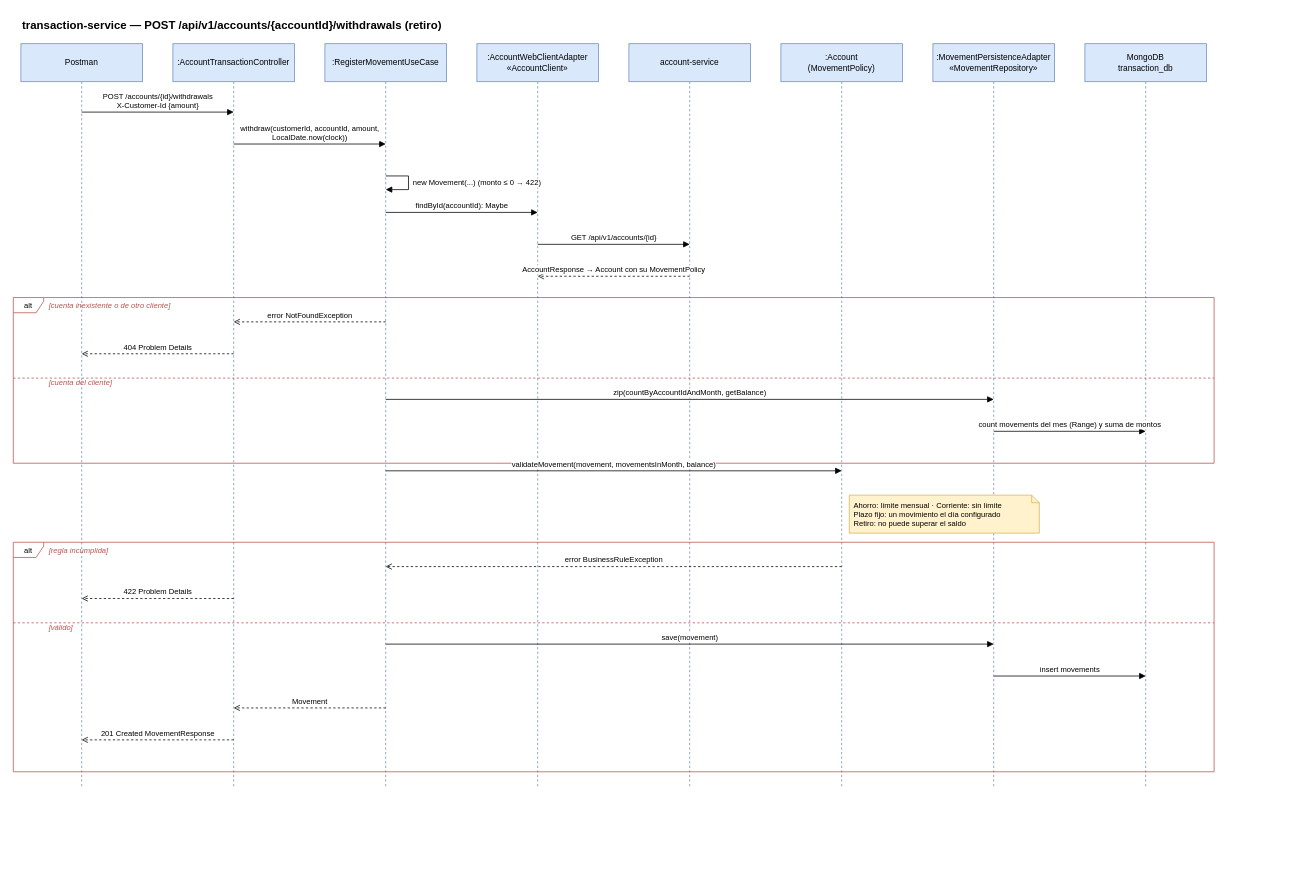
This is page "transaction-service — retiro" (4 of 5) of docs/diagrams/sequence-diagrams.drawio from kuroxbyte/bootcamp-bank-project-docs, a draw.io file, before an edit. Source tidied: cells renumbered, new cells numbered last; positions are measured from the earlier drawing's top-left corner, leaving out a move shared by most shapes. Both pictures are drawn from the tidied source at 76%, with x=0, y=0 at pixel (13, 13).
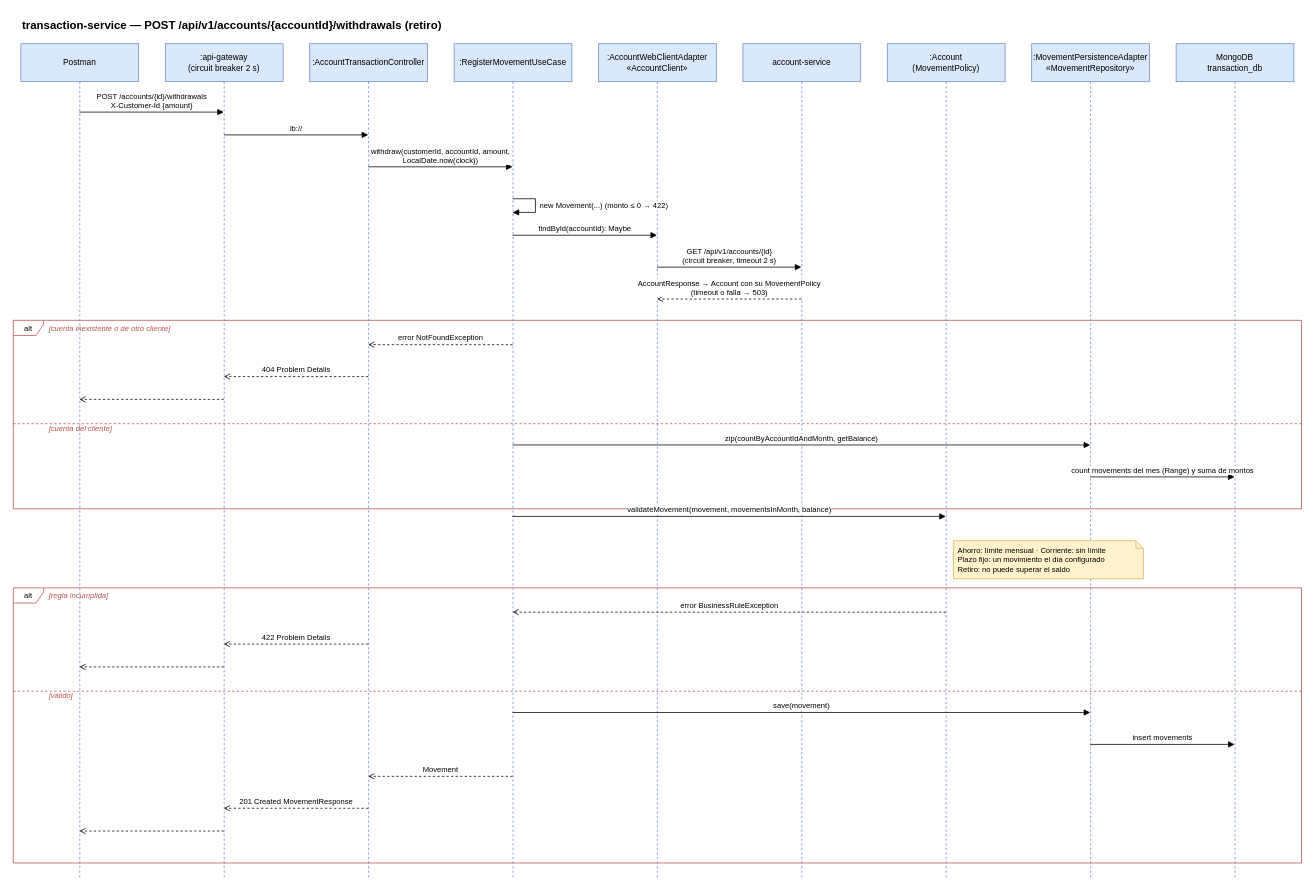
The same page after the edit.

Commit message (it also covers changes not shown here):
docs: incluir el gateway, Eureka y el circuit breaker en los diagramas

Change to the diagram source:
```diff
@@
-    <mxCell id="3" value="Postman" style="shape=umlLifeline;perimeter=lifelinePerimeter;whiteSpace=wrap;html=1;size=50;fontSize=11;fillColor=#dae8fc;strokeColor=#6c8ebf;" parent="1" vertex="1">
-      <mxGeometry x="10" y="40" width="160" height="978" as="geometry" />
-    </mxCell>
-    <mxCell id="4" value=":AccountTransactionController" style="shape=umlLifeline;perimeter=lifelinePerimeter;whiteSpace=wrap;html=1;size=50;fontSize=11;fillColor=#dae8fc;strokeColor=#6c8ebf;" parent="1" vertex="1">
-      <mxGeometry x="210" y="40" width="160" height="978" as="geometry" />
-    </mxCell>
-    <mxCell id="5" value=":RegisterMovementUseCase" style="shape=umlLifeline;perimeter=lifelinePerimeter;whiteSpace=wrap;html=1;size=50;fontSize=11;fillColor=#dae8fc;strokeColor=#6c8ebf;" parent="1" vertex="1">
-      <mxGeometry x="410" y="40" width="160" height="978" as="geometry" />
-    </mxCell>
-    <mxCell id="6" value=":AccountWebClientAdapter&lt;br&gt;«AccountClient»" style="shape=umlLifeline;perimeter=lifelinePerimeter;whiteSpace=wrap;html=1;size=50;fontSize=11;fillColor=#dae8fc;strokeColor=#6c8ebf;" parent="1" vertex="1">
-      <mxGeometry x="610" y="40" width="160" height="978" as="geometry" />
-    </mxCell>
-    <mxCell id="7" value="account-service" style="shape=umlLifeline;perimeter=lifelinePerimeter;whiteSpace=wrap;html=1;size=50;fontSize=11;fillColor=#dae8fc;strokeColor=#6c8ebf;" parent="1" vertex="1">
-      <mxGeometry x="810" y="40" width="160" height="978" as="geometry" />
+    <mxCell id="7" value="Postman" style="shape=umlLifeline;perimeter=lifelinePerimeter;whiteSpace=wrap;html=1;size=50;fontSize=11;fillColor=#dae8fc;strokeColor=#6c8ebf;" parent="1" vertex="1">
+      <mxGeometry x="10" y="40" width="155" height="1098" as="geometry" />
     </mxCell>
-    <mxCell id="8" value=":Account&lt;br&gt;(MovementPolicy)" style="shape=umlLifeline;perimeter=lifelinePerimeter;whiteSpace=wrap;html=1;size=50;fontSize=11;fillColor=#dae8fc;strokeColor=#6c8ebf;" parent="1" vertex="1">
-      <mxGeometry x="1010" y="40" width="160" height="978" as="geometry" />
+    <mxCell id="8" value=":api-gateway&lt;br&gt;(circuit breaker 2 s)" style="shape=umlLifeline;perimeter=lifelinePerimeter;whiteSpace=wrap;html=1;size=50;fontSize=11;fillColor=#dae8fc;strokeColor=#6c8ebf;" parent="1" vertex="1">
+      <mxGeometry x="200" y="40" width="155" height="1098" as="geometry" />
     </mxCell>
-    <mxCell id="9" value=":MovementPersistenceAdapter&lt;br&gt;«MovementRepository»" style="shape=umlLifeline;perimeter=lifelinePerimeter;whiteSpace=wrap;html=1;size=50;fontSize=11;fillColor=#dae8fc;strokeColor=#6c8ebf;" parent="1" vertex="1">
-      <mxGeometry x="1210" y="40" width="160" height="978" as="geometry" />
+    <mxCell id="9" value=":AccountTransactionController" style="shape=umlLifeline;perimeter=lifelinePerimeter;whiteSpace=wrap;html=1;size=50;fontSize=11;fillColor=#dae8fc;strokeColor=#6c8ebf;" parent="1" vertex="1">
+      <mxGeometry x="390" y="40" width="155" height="1098" as="geometry" />
     </mxCell>
-    <mxCell id="10" value="MongoDB&lt;br&gt;transaction_db" style="shape=umlLifeline;perimeter=lifelinePerimeter;whiteSpace=wrap;html=1;size=50;fontSize=11;fillColor=#dae8fc;strokeColor=#6c8ebf;" parent="1" vertex="1">
-      <mxGeometry x="1410" y="40" width="160" height="978" as="geometry" />
+    <mxCell id="10" value=":RegisterMovementUseCase" style="shape=umlLifeline;perimeter=lifelinePerimeter;whiteSpace=wrap;html=1;size=50;fontSize=11;fillColor=#dae8fc;strokeColor=#6c8ebf;" parent="1" vertex="1">
+      <mxGeometry x="580" y="40" width="155" height="1098" as="geometry" />
     </mxCell>
-    <mxCell id="11" value="alt" style="shape=umlFrame;whiteSpace=wrap;html=1;width=40;height=20;fillColor=none;strokeColor=#b85450;fontSize=10;" parent="1" vertex="1">
-      <mxGeometry y="374" width="1580" height="218" as="geometry" />
+    <mxCell id="11" value=":AccountWebClientAdapter&lt;br&gt;«AccountClient»" style="shape=umlLifeline;perimeter=lifelinePerimeter;whiteSpace=wrap;html=1;size=50;fontSize=11;fillColor=#dae8fc;strokeColor=#6c8ebf;" parent="1" vertex="1">
+      <mxGeometry x="770" y="40" width="155" height="1098" as="geometry" />
     </mxCell>
-    <mxCell id="12" value="[cuenta inexistente o de otro cliente]" style="text;html=1;fontSize=10;fontStyle=2;align=left;fontColor=#b85450;" parent="1" vertex="1">
-      <mxGeometry x="45" y="372" width="420" height="16" as="geometry" />
+    <mxCell id="12" value="account-service" style="shape=umlLifeline;perimeter=lifelinePerimeter;whiteSpace=wrap;html=1;size=50;fontSize=11;fillColor=#dae8fc;strokeColor=#6c8ebf;" parent="1" vertex="1">
+      <mxGeometry x="960" y="40" width="155" height="1098" as="geometry" />
     </mxCell>
-    <mxCell id="13" value="[cuenta del cliente]" style="text;html=1;fontSize=10;fontStyle=2;align=left;fontColor=#b85450;" parent="1" vertex="1">
-      <mxGeometry x="45" y="474" width="420" height="16" as="geometry" />
+    <mxCell id="13" value=":Account&lt;br&gt;(MovementPolicy)" style="shape=umlLifeline;perimeter=lifelinePerimeter;whiteSpace=wrap;html=1;size=50;fontSize=11;fillColor=#dae8fc;strokeColor=#6c8ebf;" parent="1" vertex="1">
+      <mxGeometry x="1150" y="40" width="155" height="1098" as="geometry" />
     </mxCell>
-    <mxCell id="14" style="endArrow=none;dashed=1;html=1;strokeColor=#b85450;" parent="1" edge="1">
-      <mxGeometry relative="1" as="geometry">
-        <mxPoint y="480" as="sourcePoint" />
-        <mxPoint x="1580" y="480" as="targetPoint" />
-      </mxGeometry>
+    <mxCell id="14" value=":MovementPersistenceAdapter&lt;br&gt;«MovementRepository»" style="shape=umlLifeline;perimeter=lifelinePerimeter;whiteSpace=wrap;html=1;size=50;fontSize=11;fillColor=#dae8fc;strokeColor=#6c8ebf;" parent="1" vertex="1">
+      <mxGeometry x="1340" y="40" width="155" height="1098" as="geometry" />
     </mxCell>
-    <mxCell id="15" value="alt" style="shape=umlFrame;whiteSpace=wrap;html=1;width=40;height=20;fillColor=none;strokeColor=#b85450;fontSize=10;" parent="1" vertex="1">
-      <mxGeometry y="696" width="1580" height="302" as="geometry" />
+    <mxCell id="15" value="MongoDB&lt;br&gt;transaction_db" style="shape=umlLifeline;perimeter=lifelinePerimeter;whiteSpace=wrap;html=1;size=50;fontSize=11;fillColor=#dae8fc;strokeColor=#6c8ebf;" parent="1" vertex="1">
+      <mxGeometry x="1530" y="40" width="155" height="1098" as="geometry" />
     </mxCell>
-    <mxCell id="16" value="[regla incumplida]" style="text;html=1;fontSize=10;fontStyle=2;align=left;fontColor=#b85450;" parent="1" vertex="1">
-      <mxGeometry x="45" y="694" width="420" height="16" as="geometry" />
+    <mxCell id="16" value="alt" style="shape=umlFrame;whiteSpace=wrap;html=1;width=40;height=20;fillColor=none;strokeColor=#b85450;fontSize=10;" parent="1" vertex="1">
+      <mxGeometry y="404" width="1695" height="248" as="geometry" />
     </mxCell>
-    <mxCell id="17" value="[válido]" style="text;html=1;fontSize=10;fontStyle=2;align=left;fontColor=#b85450;" parent="1" vertex="1">
-      <mxGeometry x="45" y="796" width="420" height="16" as="geometry" />
+    <mxCell id="17" value="[cuenta inexistente o de otro cliente]" style="text;html=1;fontSize=10;fontStyle=2;align=left;fontColor=#b85450;" parent="1" vertex="1">
+      <mxGeometry x="45" y="402" width="420" height="16" as="geometry" />
     </mxCell>
-    <mxCell id="18" style="endArrow=none;dashed=1;html=1;strokeColor=#b85450;" parent="1" edge="1">
-      <mxGeometry relative="1" as="geometry">
-        <mxPoint y="802" as="sourcePoint" />
-        <mxPoint x="1580" y="802" as="targetPoint" />
-      </mxGeometry>
+    <mxCell id="18" value="[cuenta del cliente]" style="text;html=1;fontSize=10;fontStyle=2;align=left;fontColor=#b85450;" parent="1" vertex="1">
+      <mxGeometry x="45" y="534" width="420" height="16" as="geometry" />
     </mxCell>
+    <mxCell id="37" style="endArrow=none;dashed=1;html=1;strokeColor=#b85450;" parent="1" edge="1">
+      <mxGeometry relative="1" as="geometry">
+        <mxPoint y="540" as="sourcePoint" />
+        <mxPoint x="1695" y="540" as="targetPoint" />
+      </mxGeometry>
+    </mxCell>
+    <mxCell id="38" value="alt" style="shape=umlFrame;whiteSpace=wrap;html=1;width=40;height=20;fillColor=none;strokeColor=#b85450;fontSize=10;" parent="1" vertex="1">
+      <mxGeometry y="756" width="1695" height="362" as="geometry" />
+    </mxCell>
+    <mxCell id="39" value="[regla incumplida]" style="text;html=1;fontSize=10;fontStyle=2;align=left;fontColor=#b85450;" parent="1" vertex="1">
+      <mxGeometry x="45" y="754" width="420" height="16" as="geometry" />
+    </mxCell>
+    <mxCell id="40" value="[válido]" style="text;html=1;fontSize=10;fontStyle=2;align=left;fontColor=#b85450;" parent="1" vertex="1">
+      <mxGeometry x="45" y="886" width="420" height="16" as="geometry" />
+    </mxCell>
+    <mxCell id="41" style="endArrow=none;dashed=1;html=1;strokeColor=#b85450;" parent="1" edge="1">
+      <mxGeometry relative="1" as="geometry">
+        <mxPoint y="892" as="sourcePoint" />
+        <mxPoint x="1695" y="892" as="targetPoint" />
+      </mxGeometry>
+    </mxCell>
     <mxCell id="19" value="POST /accounts/{id}/withdrawals&lt;br&gt;X-Customer-Id {amount}" style="endArrow=block;endFill=1;html=1;rounded=0;fontSize=10;verticalAlign=bottom;labelBackgroundColor=#ffffff;" parent="1" edge="1">
       <mxGeometry relative="1" as="geometry">
-        <mxPoint x="90" y="130" as="sourcePoint" />
-        <mxPoint x="290" y="130" as="targetPoint" />
+        <mxPoint x="87" y="130" as="sourcePoint" />
+        <mxPoint x="277" y="130" as="targetPoint" />
       </mxGeometry>
     </mxCell>
-    <mxCell id="20" value="withdraw(customerId, accountId, amount,&lt;br&gt;LocalDate.now(clock))" style="endArrow=block;endFill=1;html=1;rounded=0;fontSize=10;verticalAlign=bottom;labelBackgroundColor=#ffffff;" parent="1" edge="1">
+    <mxCell id="20" value="lb://" style="endArrow=block;endFill=1;html=1;rounded=0;fontSize=10;verticalAlign=bottom;labelBackgroundColor=#ffffff;" parent="1" edge="1">
       <mxGeometry relative="1" as="geometry">
-        <mxPoint x="290" y="172" as="sourcePoint" />
-        <mxPoint x="490" y="172" as="targetPoint" />
+        <mxPoint x="277" y="160" as="sourcePoint" />
+        <mxPoint x="467" y="160" as="targetPoint" />
       </mxGeometry>
     </mxCell>
-    <mxCell id="21" value="new Movement(...) (monto ≤ 0 → 422)" style="endArrow=block;endFill=1;html=1;rounded=0;fontSize=10;align=left;spacingLeft=4;labelBackgroundColor=#ffffff;" parent="1" edge="1">
+    <mxCell id="21" value="withdraw(customerId, accountId, amount,&lt;br&gt;LocalDate.now(clock))" style="endArrow=block;endFill=1;html=1;rounded=0;fontSize=10;verticalAlign=bottom;labelBackgroundColor=#ffffff;" parent="1" edge="1">
       <mxGeometry relative="1" as="geometry">
-        <mxPoint x="490" y="214" as="sourcePoint" />
-        <mxPoint x="490" y="232" as="targetPoint" />
-        <Array as="points">
-          <mxPoint x="520" y="214" />
-          <mxPoint x="520" y="232" />
-        </Array>
+        <mxPoint x="467" y="202" as="sourcePoint" />
+        <mxPoint x="657" y="202" as="targetPoint" />
       </mxGeometry>
     </mxCell>
-    <mxCell id="22" value="findById(accountId): Maybe" style="endArrow=block;endFill=1;html=1;rounded=0;fontSize=10;verticalAlign=bottom;labelBackgroundColor=#ffffff;" parent="1" edge="1">
+    <mxCell id="22" value="new Movement(...) (monto ≤ 0 → 422)" style="endArrow=block;endFill=1;html=1;rounded=0;fontSize=10;align=left;spacingLeft=4;labelBackgroundColor=#ffffff;" parent="1" edge="1">
       <mxGeometry relative="1" as="geometry">
-        <mxPoint x="490" y="262" as="sourcePoint" />
-        <mxPoint x="690" y="262" as="targetPoint" />
+        <mxPoint x="657" y="244" as="sourcePoint" />
+        <mxPoint x="657" y="262" as="targetPoint" />
+        <Array as="points">
+          <mxPoint x="687" y="244" />
+          <mxPoint x="687" y="262" />
+        </Array>
       </mxGeometry>
     </mxCell>
-    <mxCell id="23" value="GET /api/v1/accounts/{id}" style="endArrow=block;endFill=1;html=1;rounded=0;fontSize=10;verticalAlign=bottom;labelBackgroundColor=#ffffff;" parent="1" edge="1">
+    <mxCell id="23" value="findById(accountId): Maybe" style="endArrow=block;endFill=1;html=1;rounded=0;fontSize=10;verticalAlign=bottom;labelBackgroundColor=#ffffff;" parent="1" edge="1">
       <mxGeometry relative="1" as="geometry">
-        <mxPoint x="690" y="304" as="sourcePoint" />
-        <mxPoint x="890" y="304" as="targetPoint" />
+        <mxPoint x="657" y="292" as="sourcePoint" />
+        <mxPoint x="847" y="292" as="targetPoint" />
       </mxGeometry>
     </mxCell>
-    <mxCell id="24" value="AccountResponse → Account con su MovementPolicy" style="endArrow=open;dashed=1;html=1;rounded=0;fontSize=10;verticalAlign=bottom;labelBackgroundColor=#ffffff;" parent="1" edge="1">
+    <mxCell id="24" value="GET /api/v1/accounts/{id}&lt;br&gt;(circuit breaker, timeout 2 s)" style="endArrow=block;endFill=1;html=1;rounded=0;fontSize=10;verticalAlign=bottom;labelBackgroundColor=#ffffff;" parent="1" edge="1">
       <mxGeometry relative="1" as="geometry">
-        <mxPoint x="890" y="346" as="sourcePoint" />
-        <mxPoint x="690" y="346" as="targetPoint" />
+        <mxPoint x="847" y="334" as="sourcePoint" />
+        <mxPoint x="1037" y="334" as="targetPoint" />
       </mxGeometry>
     </mxCell>
-    <mxCell id="25" value="error NotFoundException" style="endArrow=open;dashed=1;html=1;rounded=0;fontSize=10;verticalAlign=bottom;labelBackgroundColor=#ffffff;" parent="1" edge="1">
+    <mxCell id="25" value="AccountResponse → Account con su MovementPolicy&lt;br&gt;(timeout o falla → 503)" style="endArrow=open;dashed=1;html=1;rounded=0;fontSize=10;verticalAlign=bottom;labelBackgroundColor=#ffffff;" parent="1" edge="1">
       <mxGeometry relative="1" as="geometry">
-        <mxPoint x="490" y="406" as="sourcePoint" />
-        <mxPoint x="290" y="406" as="targetPoint" />
+        <mxPoint x="1037" y="376" as="sourcePoint" />
+        <mxPoint x="847" y="376" as="targetPoint" />
       </mxGeometry>
     </mxCell>
-    <mxCell id="26" value="404 Problem Details" style="endArrow=open;dashed=1;html=1;rounded=0;fontSize=10;verticalAlign=bottom;labelBackgroundColor=#ffffff;" parent="1" edge="1">
+    <mxCell id="26" value="error NotFoundException" style="endArrow=open;dashed=1;html=1;rounded=0;fontSize=10;verticalAlign=bottom;labelBackgroundColor=#ffffff;" parent="1" edge="1">
       <mxGeometry relative="1" as="geometry">
-        <mxPoint x="290" y="448" as="sourcePoint" />
-        <mxPoint x="90" y="448" as="targetPoint" />
+        <mxPoint x="657" y="436" as="sourcePoint" />
+        <mxPoint x="467" y="436" as="targetPoint" />
       </mxGeometry>
     </mxCell>
-    <mxCell id="27" value="zip(countByAccountIdAndMonth, getBalance)" style="endArrow=block;endFill=1;html=1;rounded=0;fontSize=10;verticalAlign=bottom;labelBackgroundColor=#ffffff;" parent="1" edge="1">
+    <mxCell id="27" value="404 Problem Details" style="endArrow=open;dashed=1;html=1;rounded=0;fontSize=10;verticalAlign=bottom;labelBackgroundColor=#ffffff;" parent="1" edge="1">
       <mxGeometry relative="1" as="geometry">
-        <mxPoint x="490" y="508" as="sourcePoint" />
-        <mxPoint x="1290" y="508" as="targetPoint" />
+        <mxPoint x="467" y="478" as="sourcePoint" />
+        <mxPoint x="277" y="478" as="targetPoint" />
       </mxGeometry>
     </mxCell>
-    <mxCell id="28" value="count movements del mes (Range) y suma de montos" style="endArrow=block;endFill=1;html=1;rounded=0;fontSize=10;verticalAlign=bottom;labelBackgroundColor=#ffffff;" parent="1" edge="1">
+    <mxCell id="28" style="endArrow=open;dashed=1;html=1;rounded=0;fontSize=10;verticalAlign=bottom;labelBackgroundColor=#ffffff;" parent="1" edge="1">
       <mxGeometry relative="1" as="geometry">
-        <mxPoint x="1290" y="550" as="sourcePoint" />
-        <mxPoint x="1490" y="550" as="targetPoint" />
+        <mxPoint x="277" y="508" as="sourcePoint" />
+        <mxPoint x="87" y="508" as="targetPoint" />
       </mxGeometry>
     </mxCell>
-    <mxCell id="29" value="validateMovement(movement, movementsInMonth, balance)" style="endArrow=block;endFill=1;html=1;rounded=0;fontSize=10;verticalAlign=bottom;labelBackgroundColor=#ffffff;" parent="1" edge="1">
+    <mxCell id="29" value="zip(countByAccountIdAndMonth, getBalance)" style="endArrow=block;endFill=1;html=1;rounded=0;fontSize=10;verticalAlign=bottom;labelBackgroundColor=#ffffff;" parent="1" edge="1">
       <mxGeometry relative="1" as="geometry">
-        <mxPoint x="490" y="602" as="sourcePoint" />
-        <mxPoint x="1090" y="602" as="targetPoint" />
+        <mxPoint x="657" y="568" as="sourcePoint" />
+        <mxPoint x="1417" y="568" as="targetPoint" />
       </mxGeometry>
     </mxCell>
-    <mxCell id="30" value="Ahorro: límite mensual · Corriente: sin límite&lt;br&gt;Plazo fijo: un movimiento el día configurado&lt;br&gt;Retiro: no puede superar el saldo" style="shape=note;whiteSpace=wrap;html=1;size=10;fillColor=#fff2cc;strokeColor=#d6b656;fontSize=10;align=left;spacingLeft=4;" parent="1" vertex="1">
-      <mxGeometry x="1100" y="634" width="250" height="50" as="geometry" />
+    <mxCell id="30" value="count movements del mes (Range) y suma de montos" style="endArrow=block;endFill=1;html=1;rounded=0;fontSize=10;verticalAlign=bottom;labelBackgroundColor=#ffffff;" parent="1" edge="1">
+      <mxGeometry relative="1" as="geometry">
+        <mxPoint x="1417" y="610" as="sourcePoint" />
+        <mxPoint x="1607" y="610" as="targetPoint" />
+      </mxGeometry>
     </mxCell>
-    <mxCell id="31" value="error BusinessRuleException" style="endArrow=open;dashed=1;html=1;rounded=0;fontSize=10;verticalAlign=bottom;labelBackgroundColor=#ffffff;" parent="1" edge="1">
+    <mxCell id="31" value="validateMovement(movement, movementsInMonth, balance)" style="endArrow=block;endFill=1;html=1;rounded=0;fontSize=10;verticalAlign=bottom;labelBackgroundColor=#ffffff;" parent="1" edge="1">
       <mxGeometry relative="1" as="geometry">
-        <mxPoint x="1090" y="728" as="sourcePoint" />
-        <mxPoint x="490" y="728" as="targetPoint" />
+        <mxPoint x="657" y="662" as="sourcePoint" />
+        <mxPoint x="1227" y="662" as="targetPoint" />
       </mxGeometry>
     </mxCell>
-    <mxCell id="32" value="422 Problem Details" style="endArrow=open;dashed=1;html=1;rounded=0;fontSize=10;verticalAlign=bottom;labelBackgroundColor=#ffffff;" parent="1" edge="1">
-      <mxGeometry relative="1" as="geometry">
-        <mxPoint x="290" y="770" as="sourcePoint" />
-        <mxPoint x="90" y="770" as="targetPoint" />
-      </mxGeometry>
+    <mxCell id="32" value="Ahorro: límite mensual · Corriente: sin límite&lt;br&gt;Plazo fijo: un movimiento el día configurado&lt;br&gt;Retiro: no puede superar el saldo" style="shape=note;whiteSpace=wrap;html=1;size=10;fillColor=#fff2cc;strokeColor=#d6b656;fontSize=10;align=left;spacingLeft=4;" parent="1" vertex="1">
+      <mxGeometry x="1237" y="694" width="250" height="50" as="geometry" />
     </mxCell>
-    <mxCell id="33" value="save(movement)" style="endArrow=block;endFill=1;html=1;rounded=0;fontSize=10;verticalAlign=bottom;labelBackgroundColor=#ffffff;" parent="1" edge="1">
+    <mxCell id="33" value="error BusinessRuleException" style="endArrow=open;dashed=1;html=1;rounded=0;fontSize=10;verticalAlign=bottom;labelBackgroundColor=#ffffff;" parent="1" edge="1">
       <mxGeometry relative="1" as="geometry">
-        <mxPoint x="490" y="830" as="sourcePoint" />
-        <mxPoint x="1290" y="830" as="targetPoint" />
+        <mxPoint x="1227" y="788" as="sourcePoint" />
+        <mxPoint x="657" y="788" as="targetPoint" />
       </mxGeometry>
     </mxCell>
-    <mxCell id="34" value="insert movements" style="endArrow=block;endFill=1;html=1;rounded=0;fontSize=10;verticalAlign=bottom;labelBackgroundColor=#ffffff;" parent="1" edge="1">
+    <mxCell id="34" value="422 Problem Details" style="endArrow=open;dashed=1;html=1;rounded=0;fontSize=10;verticalAlign=bottom;labelBackgroundColor=#ffffff;" parent="1" edge="1">
       <mxGeometry relative="1" as="geometry">
-        <mxPoint x="1290" y="872" as="sourcePoint" />
-        <mxPoint x="1490" y="872" as="targetPoint" />
+        <mxPoint x="467" y="830" as="sourcePoint" />
+        <mxPoint x="277" y="830" as="targetPoint" />
       </mxGeometry>
     </mxCell>
-    <mxCell id="35" value="Movement" style="endArrow=open;dashed=1;html=1;rounded=0;fontSize=10;verticalAlign=bottom;labelBackgroundColor=#ffffff;" parent="1" edge="1">
+    <mxCell id="35" style="endArrow=open;dashed=1;html=1;rounded=0;fontSize=10;verticalAlign=bottom;labelBackgroundColor=#ffffff;" parent="1" edge="1">
       <mxGeometry relative="1" as="geometry">
-        <mxPoint x="490" y="914" as="sourcePoint" />
-        <mxPoint x="290" y="914" as="targetPoint" />
+        <mxPoint x="277" y="860" as="sourcePoint" />
+        <mxPoint x="87" y="860" as="targetPoint" />
       </mxGeometry>
     </mxCell>
-    <mxCell id="36" value="201 Created MovementResponse" style="endArrow=open;dashed=1;html=1;rounded=0;fontSize=10;verticalAlign=bottom;labelBackgroundColor=#ffffff;" parent="1" edge="1">
+    <mxCell id="36" value="save(movement)" style="endArrow=block;endFill=1;html=1;rounded=0;fontSize=10;verticalAlign=bottom;labelBackgroundColor=#ffffff;" parent="1" edge="1">
       <mxGeometry relative="1" as="geometry">
-        <mxPoint x="290" y="956" as="sourcePoint" />
-        <mxPoint x="90" y="956" as="targetPoint" />
+        <mxPoint x="657" y="920" as="sourcePoint" />
+        <mxPoint x="1417" y="920" as="targetPoint" />
       </mxGeometry>
     </mxCell>
+    <mxCell id="3" value="insert movements" style="endArrow=block;endFill=1;html=1;rounded=0;fontSize=10;verticalAlign=bottom;labelBackgroundColor=#ffffff;" parent="1" edge="1">
+      <mxGeometry relative="1" as="geometry">
+        <mxPoint x="1417" y="962" as="sourcePoint" />
+        <mxPoint x="1607" y="962" as="targetPoint" />
+      </mxGeometry>
+    </mxCell>
+    <mxCell id="4" value="Movement" style="endArrow=open;dashed=1;html=1;rounded=0;fontSize=10;verticalAlign=bottom;labelBackgroundColor=#ffffff;" parent="1" edge="1">
+      <mxGeometry relative="1" as="geometry">
+        <mxPoint x="657" y="1004" as="sourcePoint" />
+        <mxPoint x="467" y="1004" as="targetPoint" />
+      </mxGeometry>
+    </mxCell>
+    <mxCell id="5" value="201 Created MovementResponse" style="endArrow=open;dashed=1;html=1;rounded=0;fontSize=10;verticalAlign=bottom;labelBackgroundColor=#ffffff;" parent="1" edge="1">
+      <mxGeometry relative="1" as="geometry">
+        <mxPoint x="467" y="1046" as="sourcePoint" />
+        <mxPoint x="277" y="1046" as="targetPoint" />
+      </mxGeometry>
+    </mxCell>
+    <mxCell id="6" style="endArrow=open;dashed=1;html=1;rounded=0;fontSize=10;verticalAlign=bottom;labelBackgroundColor=#ffffff;" parent="1" edge="1">
+      <mxGeometry relative="1" as="geometry">
+        <mxPoint x="277" y="1076" as="sourcePoint" />
+        <mxPoint x="87" y="1076" as="targetPoint" />
+      </mxGeometry>
+    </mxCell>
```
